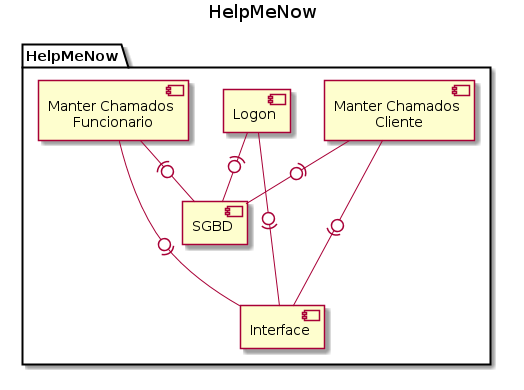
This is doc/uml/componente/CompHelpMeNow.png from VictorCarlquist/HelpMeNow, a PlantUML export, as it was before one commit.
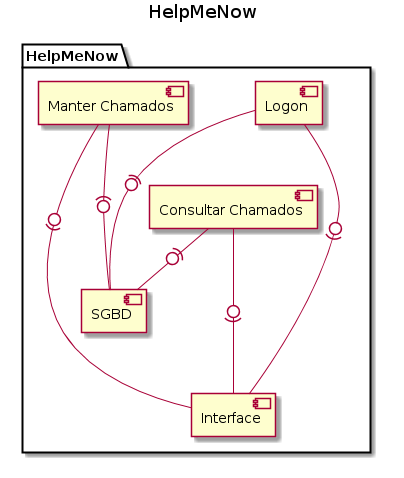
Above is the later version.

What changed in the source:
```diff
@@ -5,16 +5,14 @@
 
 	package "HelpMeNow" {
 
-		[Manter Chamados\n Funcionario] -(0- [SGBD]
-		[Manter Chamados\n Cliente] -(0- [SGBD]
-		[Logon] -(0- [SGBD]
+		[Consultar Chamados] --0)- [Interface]
+		[Manter Chamados] --(0- [SGBD]
 
-		[Logon] --0)- [Interface]
-		[Manter Chamados\n Funcionario] -0)- [Interface]
-		[Manter Chamados\n Cliente] --0)- [Interface]
+		[Logon] --(0- [SGBD]
+		[Consultar Chamados] -(0- [SGBD]
 
-
-
+		[Logon] -0)-- [Interface]
+		[Manter Chamados] --0)-- [Interface]
 
 
 	}
```
